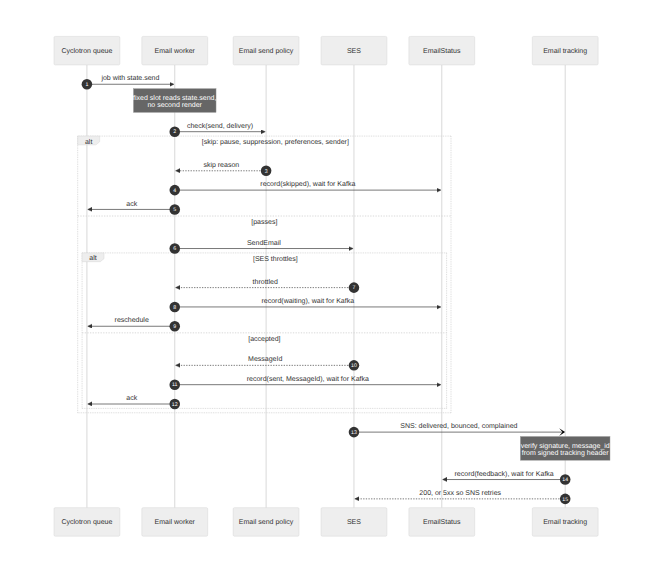
Before: r3/deliver.png, a diagram exported from Mermaid (Silthus/posthog). Its source is kept beside it as r3/deliver.mmd.
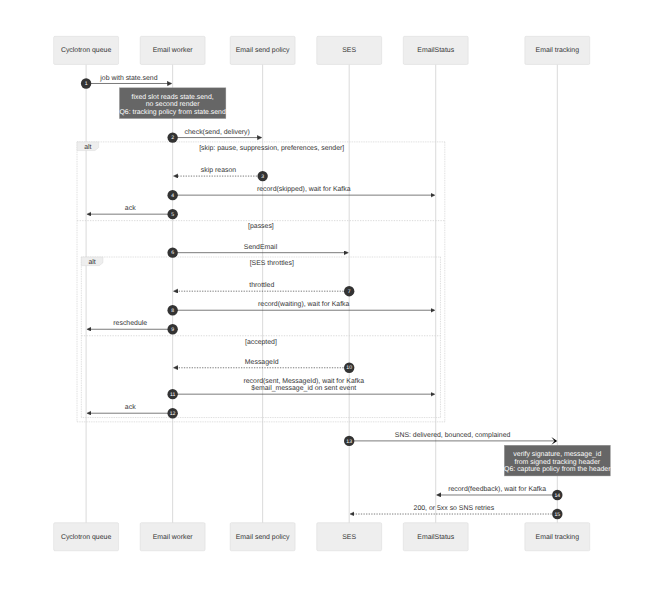
Later version of the same file.

Diff of the diagram source:
```diff
@@ -7,7 +7,7 @@
   participant St as EmailStatus
   participant T as Email tracking
   Q->>W: job with state.send
-  Note over W: fixed slot reads state.send,<br/>no second render
+  Note over W: fixed slot reads state.send,<br/>no second render<br/>Q6: tracking policy from state.send
   W->>Pol: check(send, delivery)
   alt skip: pause, suppression, preferences, sender
     Pol-->>W: skip reason
@@ -21,11 +21,11 @@
       W->>Q: reschedule
     else accepted
       SES-->>W: MessageId
-      W->>St: record(sent, MessageId), wait for Kafka
+      W->>St: record(sent, MessageId), wait for Kafka<br/>$email_message_id on sent event
       W->>Q: ack
     end
   end
   SES-)T: SNS: delivered, bounced, complained
-  Note over T: verify signature, message_id<br/>from signed tracking header
+  Note over T: verify signature, message_id<br/>from signed tracking header<br/>Q6: capture policy from the header
   T->>St: record(feedback), wait for Kafka
   T-->>SES: 200, or 5xx so SNS retries
```
